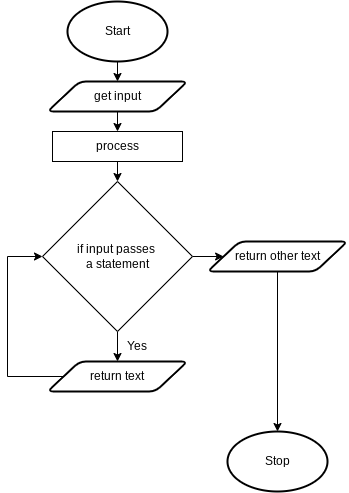
Earlier version of the draw.io export flowchart.png (Aidan-Lalonde-Novales/ICS4U-Intro-04-typescript). Source tidied: cells renumbered, new cells last; positions are measured from the earlier drawing's top-left corner, leaving out a move shared by most shapes. Its diagram source:
```xml
<mxGraphModel>
  <root>
    <mxCell id="0" />
    <mxCell id="1" parent="0" />
    <mxCell id="2" style="edgeStyle=none;html=1;exitX=0.5;exitY=1;exitDx=0;exitDy=0;exitPerimeter=0;entryX=0.5;entryY=0;entryDx=0;entryDy=0;" parent="1" edge="1" source="3" target="5">
      <mxGeometry relative="1" as="geometry" />
    </mxCell>
    <mxCell id="3" value="Start" style="strokeWidth=2;html=1;shape=mxgraph.flowchart.start_1;whiteSpace=wrap;" parent="1" vertex="1">
      <mxGeometry x="60" width="100" height="60" as="geometry" />
    </mxCell>
    <mxCell id="4" style="edgeStyle=none;html=1;exitX=0.5;exitY=1;exitDx=0;exitDy=0;entryX=0.5;entryY=0;entryDx=0;entryDy=0;" parent="1" edge="1" source="5" target="12">
      <mxGeometry relative="1" as="geometry" />
    </mxCell>
    <mxCell id="5" value="get input" style="shape=parallelogram;html=1;strokeWidth=2;perimeter=parallelogramPerimeter;whiteSpace=wrap;rounded=1;arcSize=12;size=0.23;" parent="1" vertex="1">
      <mxGeometry x="40" y="80" width="140" height="30" as="geometry" />
    </mxCell>
    <mxCell id="6" value="Stop" style="strokeWidth=2;html=1;shape=mxgraph.flowchart.start_1;whiteSpace=wrap;" parent="1" vertex="1">
      <mxGeometry x="220" y="430" width="100" height="60" as="geometry" />
    </mxCell>
    <mxCell id="7" style="edgeStyle=none;html=1;exitX=0.5;exitY=1;exitDx=0;exitDy=0;entryX=0.5;entryY=0;entryDx=0;entryDy=0;" parent="1" edge="1" source="9" target="16">
      <mxGeometry relative="1" as="geometry" />
    </mxCell>
    <mxCell id="8" style="edgeStyle=none;html=1;exitX=1;exitY=0.5;exitDx=0;exitDy=0;entryX=0;entryY=0.5;entryDx=0;entryDy=0;" parent="1" edge="1" source="9" target="14">
      <mxGeometry relative="1" as="geometry" />
    </mxCell>
    <mxCell id="9" value="if input passes &lt;br&gt;a statement" style="rhombus;whiteSpace=wrap;html=1;" parent="1" vertex="1">
      <mxGeometry x="35" y="180" width="150" height="150" as="geometry" />
    </mxCell>
    <mxCell id="10" value="Yes" style="text;html=1;strokeColor=none;fillColor=none;align=center;verticalAlign=middle;whiteSpace=wrap;rounded=0;" parent="1" vertex="1">
      <mxGeometry x="110" y="330" width="40" height="30" as="geometry" />
    </mxCell>
    <mxCell id="11" style="edgeStyle=none;html=1;exitX=0.5;exitY=1;exitDx=0;exitDy=0;entryX=0.5;entryY=0;entryDx=0;entryDy=0;" parent="1" edge="1" source="12" target="9">
      <mxGeometry relative="1" as="geometry" />
    </mxCell>
    <mxCell id="12" value="process" style="rounded=0;whiteSpace=wrap;html=1;" parent="1" vertex="1">
      <mxGeometry x="45" y="130" width="130" height="30" as="geometry" />
    </mxCell>
    <mxCell id="13" style="edgeStyle=none;rounded=0;html=1;exitX=0.5;exitY=1;exitDx=0;exitDy=0;entryX=0.5;entryY=0;entryDx=0;entryDy=0;entryPerimeter=0;" parent="1" edge="1" source="14" target="6">
      <mxGeometry relative="1" as="geometry" />
    </mxCell>
    <mxCell id="14" value="return other text" style="shape=parallelogram;html=1;strokeWidth=2;perimeter=parallelogramPerimeter;whiteSpace=wrap;rounded=1;arcSize=12;size=0.23;" parent="1" vertex="1">
      <mxGeometry x="200" y="240" width="140" height="30" as="geometry" />
    </mxCell>
    <mxCell id="15" style="edgeStyle=none;rounded=0;html=1;exitX=0;exitY=0.5;exitDx=0;exitDy=0;entryX=0;entryY=0.5;entryDx=0;entryDy=0;" parent="1" edge="1" source="16" target="9">
      <mxGeometry relative="1" as="geometry">
        <Array as="points">
          <mxPoint y="375" />
          <mxPoint y="255" />
        </Array>
      </mxGeometry>
    </mxCell>
    <mxCell id="16" value="return text" style="shape=parallelogram;html=1;strokeWidth=2;perimeter=parallelogramPerimeter;whiteSpace=wrap;rounded=1;arcSize=12;size=0.23;" parent="1" vertex="1">
      <mxGeometry x="40" y="360" width="140" height="30" as="geometry" />
    </mxCell>
  </root>
</mxGraphModel>
```
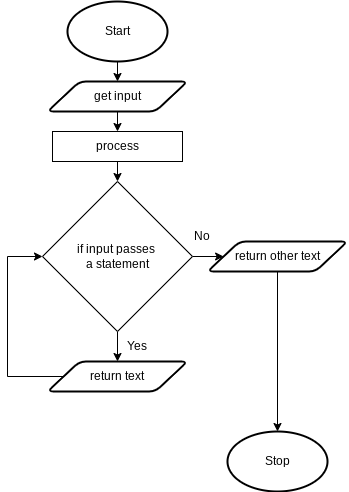
Above is the later version.

Diff of the diagram source:
```diff
@@ -52,5 +52,8 @@
     <mxCell id="16" value="return text" style="shape=parallelogram;html=1;strokeWidth=2;perimeter=parallelogramPerimeter;whiteSpace=wrap;rounded=1;arcSize=12;size=0.23;" parent="1" vertex="1">
       <mxGeometry x="40" y="360" width="140" height="30" as="geometry" />
     </mxCell>
+    <mxCell id="17" value="No" style="text;html=1;strokeColor=none;fillColor=none;align=center;verticalAlign=middle;whiteSpace=wrap;rounded=0;" parent="1" vertex="1">
+      <mxGeometry x="175" y="220" width="40" height="30" as="geometry" />
+    </mxCell>
   </root>
 </mxGraphModel>
```
